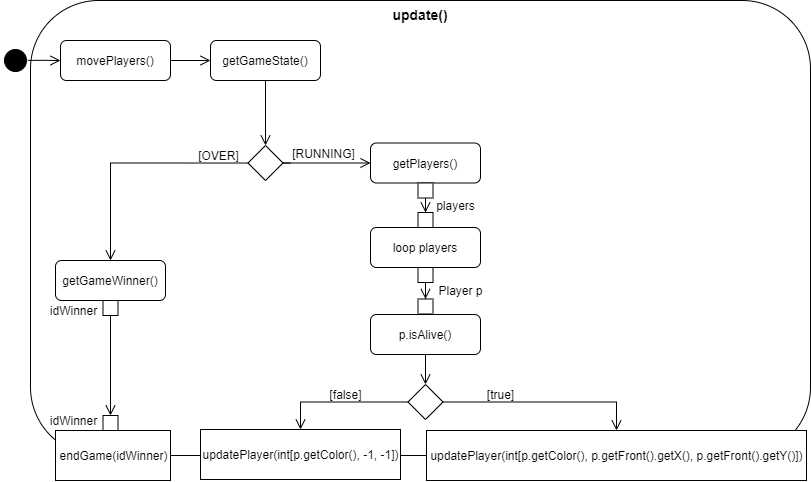
This is Doku/images/AD_update.png from KjellooMelloo/gameoftrons, a draw.io export, as it was before one commit. Source tidied: cells renumbered, new cells last; positions are measured from the earlier drawing's top-left corner, leaving out a move shared by most shapes.
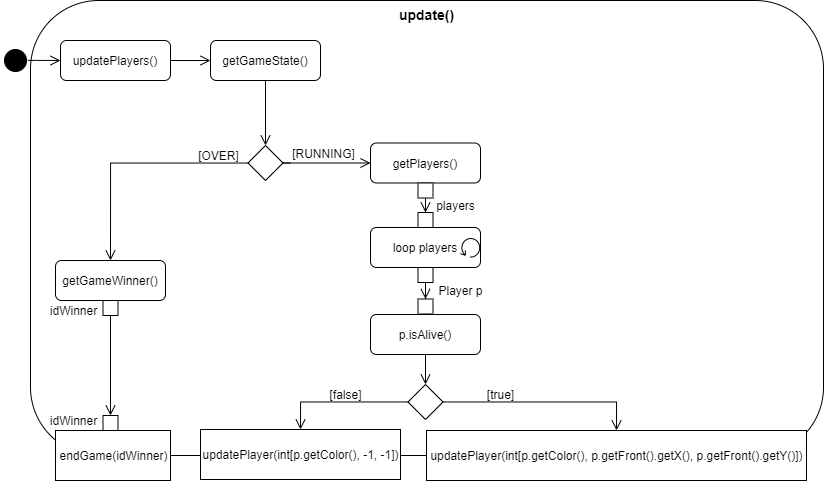
After the change.

Commit message:
added AD for relevant methods, updated doc, renamed movePlayers->updatePlayers, reworked sd4+5

The edit, as a diff of the source:
```diff
@@ -3,12 +3,12 @@
     <mxCell id="0" />
     <mxCell id="1" parent="0" />
     <mxCell id="2" value="&lt;b&gt;&lt;font style=&quot;font-size: 14px&quot;&gt;update()&lt;/font&gt;&lt;/b&gt;" style="rounded=1;whiteSpace=wrap;html=1;align=center;verticalAlign=top;" parent="1" vertex="1">
-      <mxGeometry x="30" width="780" height="455" as="geometry" />
+      <mxGeometry x="30" width="793" height="455" as="geometry" />
     </mxCell>
     <mxCell id="3" style="edgeStyle=orthogonalEdgeStyle;rounded=0;jettySize=auto;html=1;endArrow=open;endFill=0;endSize=8;" parent="1" edge="1" source="4" target="6">
       <mxGeometry relative="1" as="geometry" />
     </mxCell>
-    <mxCell id="4" value="movePlayers()" style="shape=rect;html=1;rounded=1;whiteSpace=wrap;align=center;" parent="1" vertex="1">
+    <mxCell id="4" value="updatePlayers()" style="shape=rect;html=1;rounded=1;whiteSpace=wrap;align=center;" parent="1" vertex="1">
       <mxGeometry x="60" y="40" width="110" height="40" as="geometry" />
     </mxCell>
     <mxCell id="5" style="edgeStyle=orthogonalEdgeStyle;rounded=0;jettySize=auto;html=1;entryX=0.5;entryY=0;entryDx=0;entryDy=0;endArrow=open;endFill=0;endSize=8;strokeColor=#000000;" parent="1" edge="1" source="6" target="11">
@@ -122,5 +122,8 @@
     <mxCell id="39" value="Player p" style="text;html=1;align=center;verticalAlign=middle;" parent="1" vertex="1">
       <mxGeometry x="430" y="279.5" width="60" height="20" as="geometry" />
     </mxCell>
+    <mxCell id="40" style="shape=mxgraph.bpmn.loop;html=1;" parent="1" vertex="1">
+      <mxGeometry x="460" y="237" width="20" height="20" as="geometry" />
+    </mxCell>
   </root>
 </mxGraphModel>
```
